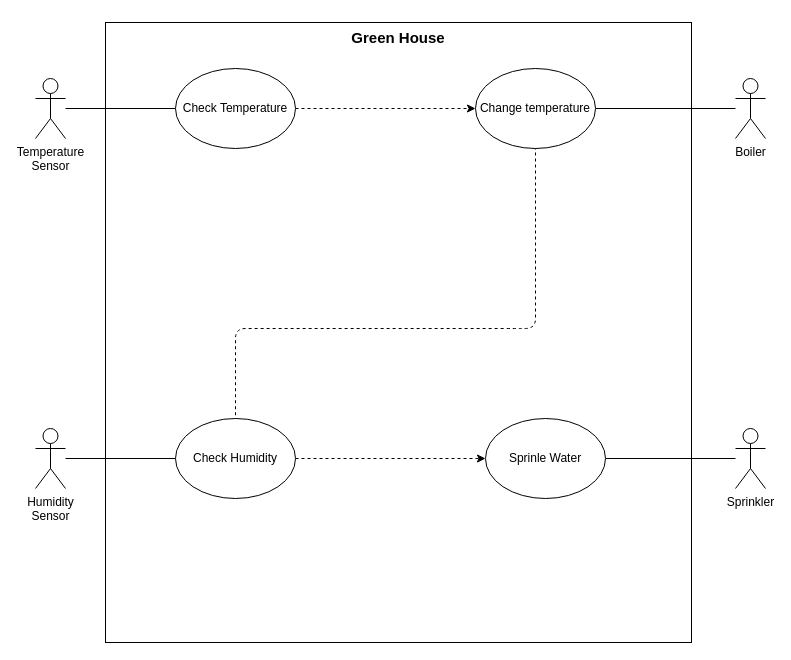
Before: UseCaseDiagram.drawio in CT4nk3r/GreenHouseProjectSoftMod, a draw.io diagram. Source tidied: cells renumbered, new cells numbered last; positions are measured from the earlier drawing's top-left corner, leaving out a move shared by most shapes. Both pictures are drawn from the tidied source at 100%, with x=0, y=0 at pixel (35, 22).
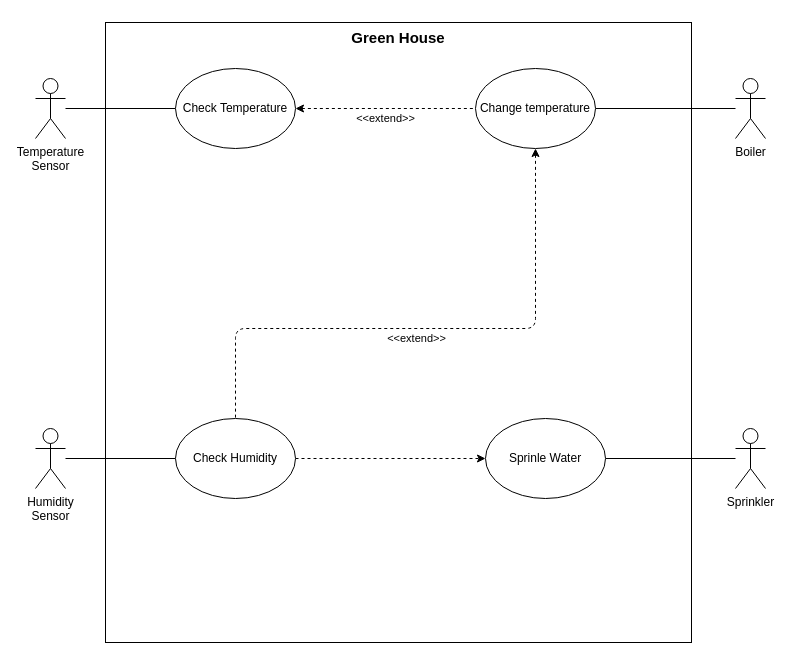
The same page after the edit.

The change refers to these unchanged cells:
```xml
<mxCell id="12" value="Check Temperature" style="ellipse;whiteSpace=wrap;html=1;" parent="1" vertex="1">
  <mxGeometry x="140" y="46" width="120" height="80" as="geometry" />
</mxCell>
<mxCell id="14" value="Change temperature" style="ellipse;whiteSpace=wrap;html=1;" parent="1" vertex="1">
  <mxGeometry x="440" y="46" width="120" height="80" as="geometry" />
</mxCell>
<mxCell id="17" value="Check Humidity" style="ellipse;whiteSpace=wrap;html=1;" parent="1" vertex="1">
  <mxGeometry x="140" y="396" width="120" height="80" as="geometry" />
</mxCell>
```

Diff of the diagram source:
```diff
@@
-    <mxCell id="11" style="edgeStyle=orthogonalEdgeStyle;html=1;entryX=0;entryY=0.5;entryDx=0;entryDy=0;dashed=1;exitX=1;exitY=0.5;exitDx=0;exitDy=0;" parent="1" edge="1" source="12" target="14">
-      <mxGeometry relative="1" as="geometry" />
+    <mxCell id="11" value="&amp;lt;&amp;lt;extend&amp;gt;&amp;gt;" style="edgeStyle=orthogonalEdgeStyle;html=1;entryX=0;entryY=0.5;entryDx=0;entryDy=0;dashed=1;exitX=1;exitY=0.5;exitDx=0;exitDy=0;endArrow=none;endFill=0;startArrow=classic;startFill=1;" parent="1" edge="1" source="12" target="14">
+      <mxGeometry y="-10" relative="1" as="geometry" />
     </mxCell>
@@
-    <mxCell id="13" style="edgeStyle=orthogonalEdgeStyle;html=1;entryX=0.5;entryY=1;entryDx=0;entryDy=0;endArrow=classic;endFill=1;dashed=1;exitX=0.5;exitY=0;exitDx=0;exitDy=0;" parent="1" edge="1" source="14" target="17">
-      <mxGeometry relative="1" as="geometry">
+    <mxCell id="13" value="&amp;lt;&amp;lt;extend&amp;gt;&amp;gt;" style="edgeStyle=orthogonalEdgeStyle;html=1;endArrow=none;endFill=0;dashed=1;exitX=0.5;exitY=1;exitDx=0;exitDy=0;startArrow=classic;startFill=1;" parent="1" edge="1" source="14">
+      <mxGeometry x="0.05" y="10" relative="1" as="geometry">
+        <mxPoint x="200" y="396" as="targetPoint" />
         <Array as="points">
-          <mxPoint x="480" y="306" />
-          <mxPoint x="260" y="306" />
+          <mxPoint x="500" y="306" />
+          <mxPoint x="200" y="306" />
         </Array>
       </mxGeometry>
     </mxCell>
```
